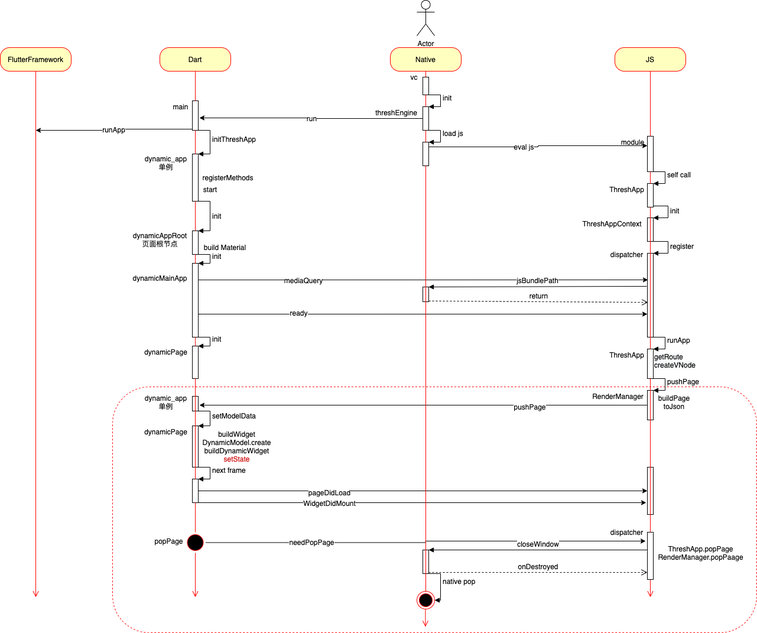
This is flutter/thresh UML.png from JD-Tang/flutter_uml, a draw.io export, as it was before one commit. Source tidied: cells renumbered, new cells last; positions are measured from the earlier drawing's top-left corner, leaving out a move shared by most shapes.
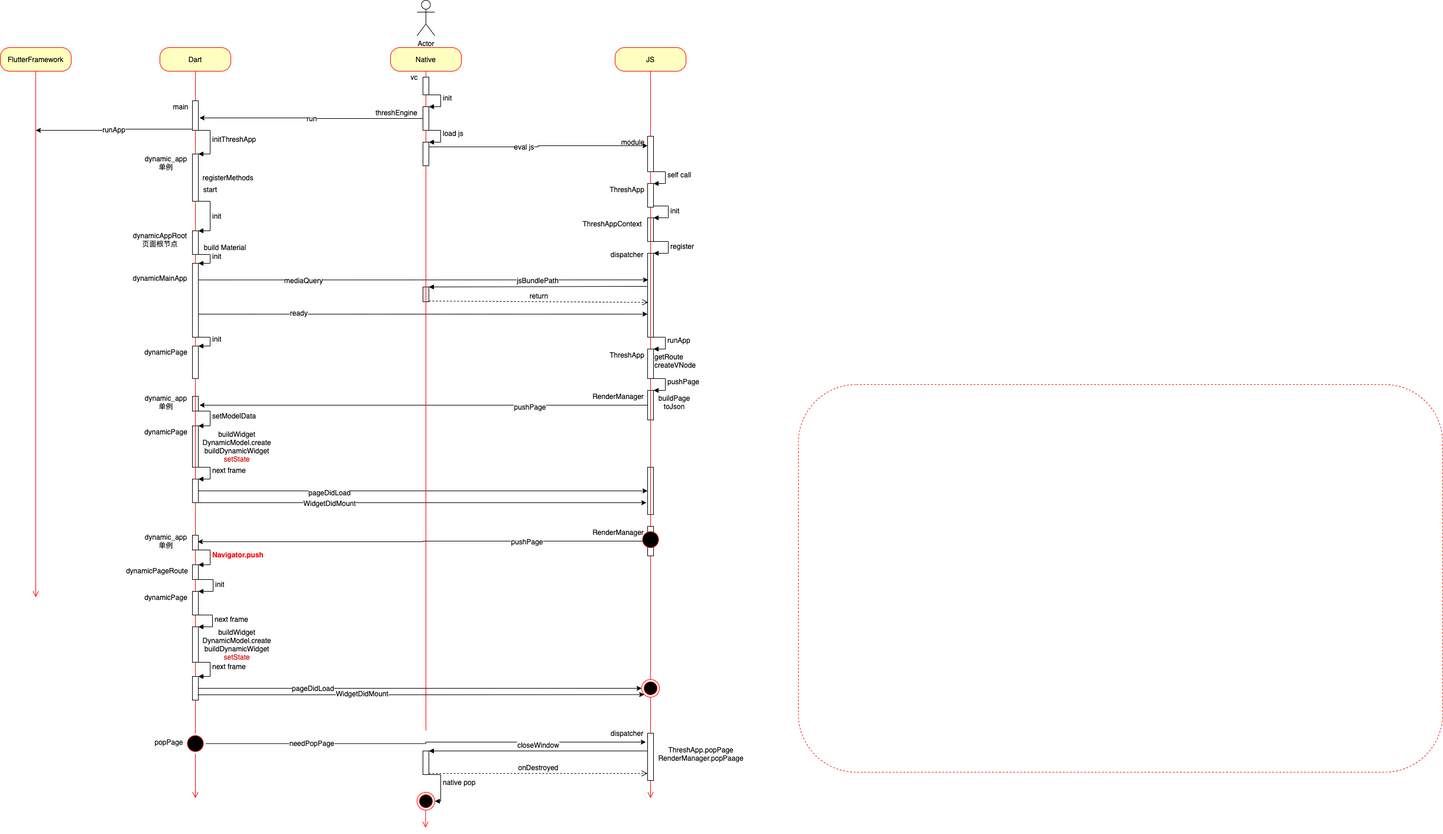
After the change.

Diff of the diagram source:
```diff
@@ -3,15 +3,15 @@
     <mxCell id="0" />
     <mxCell id="1" parent="0" />
     <mxCell id="2" style="rounded=1;whiteSpace=wrap;html=1;labelBorderColor=none;strokeColor=#FF0000;dashed=1;fillColor=#FFFFFF00;" parent="1" vertex="1">
-      <mxGeometry x="190" y="654" width="1090" height="416" as="geometry" />
+      <mxGeometry x="1350" y="650" width="1090" height="656" as="geometry" />
     </mxCell>
     <mxCell id="3" value="Native" style="rounded=1;whiteSpace=wrap;html=1;arcSize=40;fontColor=#000000;fillColor=#ffffc0;strokeColor=#ff0000;" parent="1" vertex="1">
       <mxGeometry x="660" y="80" width="120" height="40" as="geometry" />
     </mxCell>
     <mxCell id="4" style="edgeStyle=orthogonalEdgeStyle;html=1;verticalAlign=bottom;endArrow=open;endSize=8;strokeColor=#ff0000;startArrow=none;" parent="1" edge="1">
       <mxGeometry relative="1" as="geometry">
-        <mxPoint x="719.4" y="1030" as="sourcePoint" />
-        <mxPoint x="719.4" y="1060" as="targetPoint" />
+        <mxPoint x="719.4" y="1370" as="sourcePoint" />
+        <mxPoint x="719.4" y="1400" as="targetPoint" />
       </mxGeometry>
     </mxCell>
     <mxCell id="5" style="html=1;points=[];perimeter=orthogonalPerimeter;" parent="1" vertex="1">
@@ -25,7 +25,7 @@
     </mxCell>
     <mxCell id="8" style="edgeStyle=orthogonalEdgeStyle;html=1;verticalAlign=bottom;endArrow=open;endSize=8;strokeColor=#ff0000;startArrow=none;" parent="1" edge="1" source="105">
       <mxGeometry relative="1" as="geometry">
-        <mxPoint x="330" y="1010" as="targetPoint" />
+        <mxPoint x="330" y="1350" as="targetPoint" />
       </mxGeometry>
     </mxCell>
     <mxCell id="9" value="JS" style="rounded=1;whiteSpace=wrap;html=1;arcSize=40;fontColor=#000000;fillColor=#ffffc0;strokeColor=#ff0000;" parent="1" vertex="1">
@@ -33,7 +33,7 @@
     </mxCell>
     <mxCell id="10" style="edgeStyle=orthogonalEdgeStyle;html=1;verticalAlign=bottom;endArrow=open;endSize=8;strokeColor=#ff0000;startArrow=none;" parent="1" edge="1" source="96">
       <mxGeometry relative="1" as="geometry">
-        <mxPoint x="1100" y="1010" as="targetPoint" />
+        <mxPoint x="1100" y="1350" as="targetPoint" />
       </mxGeometry>
     </mxCell>
     <mxCell id="11" value="Actor" style="shape=umlActor;verticalLabelPosition=bottom;verticalAlign=top;html=1;" parent="1" vertex="1">
@@ -372,26 +372,26 @@
     </mxCell>
     <mxCell id="94" style="edgeStyle=orthogonalEdgeStyle;rounded=0;jettySize=auto;html=1;exitX=1;exitY=0.5;exitDx=0;exitDy=0;" parent="1" edge="1" source="105">
       <mxGeometry relative="1" as="geometry">
-        <mxPoint x="1092" y="915" as="targetPoint" />
+        <mxPoint x="1092" y="1255" as="targetPoint" />
       </mxGeometry>
     </mxCell>
     <mxCell id="95" value="needPopPage" style="edgeLabel;html=1;align=center;verticalAlign=middle;" parent="94" vertex="1">
       <mxGeometry x="-0.52" y="1" relative="1" as="geometry" />
     </mxCell>
     <mxCell id="96" style="html=1;points=[];perimeter=orthogonalPerimeter;" parent="1" vertex="1">
-      <mxGeometry x="1095" y="900" width="10" height="80" as="geometry" />
+      <mxGeometry x="1095" y="1240" width="10" height="80" as="geometry" />
     </mxCell>
-    <mxCell id="97" style="edgeStyle=orthogonalEdgeStyle;html=1;verticalAlign=bottom;endArrow=none;endSize=8;strokeColor=#ff0000;startArrow=none;" parent="1" edge="1" source="69" target="96">
+    <mxCell id="97" style="edgeStyle=orthogonalEdgeStyle;html=1;verticalAlign=bottom;endArrow=none;endSize=8;strokeColor=#ff0000;startArrow=none;" parent="1" edge="1" source="134" target="96">
       <mxGeometry relative="1" as="geometry" />
     </mxCell>
     <mxCell id="98" value="ThreshApp.popPage&lt;br&gt;RenderManager.popPaage&lt;br&gt;" style="text;html=1;align=center;verticalAlign=middle;strokeColor=none;" parent="1" vertex="1">
-      <mxGeometry x="1105" y="920" width="160" height="30" as="geometry" />
+      <mxGeometry x="1105" y="1260" width="160" height="30" as="geometry" />
     </mxCell>
     <mxCell id="99" value="dispatcher" style="text;html=1;align=center;verticalAlign=middle;strokeColor=none;" parent="1" vertex="1">
-      <mxGeometry x="1025" y="890" width="70" height="20" as="geometry" />
+      <mxGeometry x="1025" y="1230" width="70" height="20" as="geometry" />
     </mxCell>
     <mxCell id="100" style="html=1;points=[];perimeter=orthogonalPerimeter;" parent="1" vertex="1">
-      <mxGeometry x="715" y="930" width="10" height="40" as="geometry" />
+      <mxGeometry x="715" y="1270" width="10" height="40" as="geometry" />
     </mxCell>
     <mxCell id="101" value="closeWindow" style="html=1;verticalAlign=bottom;endArrow=block;entryX=1;entryY=0;" parent="1" edge="1" source="96" target="100">
       <mxGeometry relative="1" as="geometry" />
@@ -401,29 +401,33 @@
     </mxCell>
     <mxCell id="103" value="native pop" style="edgeStyle=orthogonalEdgeStyle;html=1;align=left;spacingLeft=2;endArrow=block;rounded=0;entryX=1;entryY=0.5;entryDx=0;entryDy=0;" parent="1" edge="1" target="108">
       <mxGeometry relative="1" as="geometry">
-        <mxPoint x="715" y="970" as="sourcePoint" />
+        <mxPoint x="715" y="1310" as="sourcePoint" />
         <Array as="points">
-          <mxPoint x="745" y="970" />
-          <mxPoint x="745" y="1015" />
+          <mxPoint x="745" y="1310" />
+          <mxPoint x="745" y="1355" />
         </Array>
       </mxGeometry>
     </mxCell>
     <mxCell id="104" style="edgeStyle=orthogonalEdgeStyle;html=1;verticalAlign=bottom;endArrow=none;endSize=8;strokeColor=#ff0000;startArrow=none;" parent="1" edge="1" source="50">
       <mxGeometry relative="1" as="geometry">
         <mxPoint x="720" y="1000" as="targetPoint" />
+        <Array as="points">
+          <mxPoint x="720" y="1240" />
+          <mxPoint x="720" y="1240" />
+        </Array>
       </mxGeometry>
     </mxCell>
     <mxCell id="105" style="ellipse;html=1;shape=startState;fillColor=#000000;strokeColor=#ff0000;" parent="1" vertex="1">
-      <mxGeometry x="312.5" y="900" width="35" height="35" as="geometry" />
+      <mxGeometry x="312.5" y="1240" width="35" height="35" as="geometry" />
     </mxCell>
     <mxCell id="106" style="edgeStyle=orthogonalEdgeStyle;html=1;verticalAlign=bottom;endArrow=none;endSize=8;strokeColor=#ff0000;startArrow=none;" parent="1" edge="1" source="89" target="105">
       <mxGeometry relative="1" as="geometry" />
     </mxCell>
     <mxCell id="107" value="popPage" style="text;html=1;align=center;verticalAlign=middle;strokeColor=none;" parent="1" vertex="1">
-      <mxGeometry x="255" y="905" width="60" height="20" as="geometry" />
+      <mxGeometry x="255" y="1245" width="60" height="20" as="geometry" />
     </mxCell>
     <mxCell id="108" style="ellipse;html=1;shape=endState;fillColor=#000000;strokeColor=#ff0000;" parent="1" vertex="1">
-      <mxGeometry x="705" y="1000" width="30" height="30" as="geometry" />
+      <mxGeometry x="705" y="1340" width="30" height="30" as="geometry" />
     </mxCell>
     <mxCell id="109" value="registerMethods" style="text;html=1;align=center;verticalAlign=middle;strokeColor=none;" parent="1" vertex="1">
       <mxGeometry x="335" y="290" width="100" height="20" as="geometry" />
@@ -434,5 +438,109 @@
     <mxCell id="111" value="build Material" style="text;html=1;align=center;verticalAlign=middle;strokeColor=none;" parent="1" vertex="1">
       <mxGeometry x="335" y="408" width="90" height="20" as="geometry" />
     </mxCell>
+    <mxCell id="112" style="edgeStyle=orthogonalEdgeStyle;rounded=0;jettySize=auto;html=1;entryX=0.9;entryY=0.44;entryDx=0;entryDy=0;entryPerimeter=0;" parent="1" edge="1" source="114" target="118">
+      <mxGeometry relative="1" as="geometry" />
+    </mxCell>
+    <mxCell id="113" value="pushPage" style="edgeLabel;html=1;align=center;verticalAlign=middle;" parent="112" vertex="1">
+      <mxGeometry x="-0.17" y="1" relative="1" as="geometry">
+        <mxPoint x="113" y="-1" as="offset" />
+      </mxGeometry>
+    </mxCell>
+    <mxCell id="114" style="html=1;points=[];perimeter=orthogonalPerimeter;" parent="1" vertex="1">
+      <mxGeometry x="1095" y="890" width="10" height="50" as="geometry" />
+    </mxCell>
+    <mxCell id="115" style="edgeStyle=orthogonalEdgeStyle;html=1;verticalAlign=bottom;endArrow=none;endSize=8;strokeColor=#ff0000;startArrow=none;" parent="1" edge="1" source="69" target="114">
+      <mxGeometry relative="1" as="geometry" />
+    </mxCell>
+    <mxCell id="116" value="RenderManager" style="text;html=1;align=center;verticalAlign=middle;strokeColor=none;" parent="1" vertex="1">
+      <mxGeometry x="995" y="890" width="100" height="20" as="geometry" />
+    </mxCell>
+    <mxCell id="117" style="edgeStyle=orthogonalEdgeStyle;html=1;verticalAlign=bottom;endArrow=none;endSize=8;strokeColor=#ff0000;startArrow=none;" parent="1" edge="1" source="121">
+      <mxGeometry relative="1" as="geometry">
+        <mxPoint x="330" y="985" as="targetPoint" />
+      </mxGeometry>
+    </mxCell>
+    <mxCell id="118" style="html=1;points=[];perimeter=orthogonalPerimeter;" parent="1" vertex="1">
+      <mxGeometry x="325" y="905" width="10" height="25" as="geometry" />
+    </mxCell>
+    <mxCell id="119" value="dynamic_app&lt;br&gt;单例" style="text;html=1;align=center;verticalAlign=middle;strokeColor=none;" parent="1" vertex="1">
+      <mxGeometry x="235" y="900" width="90" height="30" as="geometry" />
+    </mxCell>
+    <mxCell id="120" value="&lt;b&gt;&lt;font color=&quot;#ff0000&quot;&gt;Navigator.push&lt;/font&gt;&lt;/b&gt;" style="edgeStyle=orthogonalEdgeStyle;html=1;align=left;spacingLeft=2;endArrow=block;rounded=0;entryX=1;entryY=0;" parent="1" edge="1" target="121">
+      <mxGeometry relative="1" as="geometry">
+        <mxPoint x="325" y="930" as="sourcePoint" />
+        <Array as="points">
+          <mxPoint x="355" y="930" />
+        </Array>
+      </mxGeometry>
+    </mxCell>
+    <mxCell id="121" style="html=1;points=[];perimeter=orthogonalPerimeter;" parent="1" vertex="1">
+      <mxGeometry x="325" y="955" width="10" height="25" as="geometry" />
+    </mxCell>
+    <mxCell id="122" value="dynamicPageRoute" style="text;html=1;align=center;verticalAlign=middle;strokeColor=none;" parent="1" vertex="1">
+      <mxGeometry x="205" y="955" width="120" height="20" as="geometry" />
+    </mxCell>
+    <mxCell id="123" style="ellipse;html=1;shape=startState;fillColor=#000000;strokeColor=#ff0000;" parent="1" vertex="1">
+      <mxGeometry x="1082.5" y="895" width="35" height="35" as="geometry" />
+    </mxCell>
+    <mxCell id="124" style="html=1;points=[];perimeter=orthogonalPerimeter;" parent="1" vertex="1">
+      <mxGeometry x="325" y="1000" width="10" height="40" as="geometry" />
+    </mxCell>
+    <mxCell id="125" value="init" style="edgeStyle=orthogonalEdgeStyle;html=1;align=left;spacingLeft=2;endArrow=block;rounded=0;entryX=1;entryY=0;" parent="1" edge="1" target="124">
+      <mxGeometry relative="1" as="geometry">
+        <mxPoint x="330" y="980" as="sourcePoint" />
+        <Array as="points">
+          <mxPoint x="360" y="980" />
+        </Array>
+      </mxGeometry>
+    </mxCell>
+    <mxCell id="126" value="dynamicPage" style="text;html=1;align=center;verticalAlign=middle;strokeColor=none;" parent="1" vertex="1">
+      <mxGeometry x="235" y="1000" width="90" height="20" as="geometry" />
+    </mxCell>
+    <mxCell id="127" style="html=1;points=[];perimeter=orthogonalPerimeter;" parent="1" vertex="1">
+      <mxGeometry x="325" y="1060" width="10" height="60" as="geometry" />
+    </mxCell>
+    <mxCell id="128" value="next frame" style="edgeStyle=orthogonalEdgeStyle;html=1;align=left;spacingLeft=2;endArrow=block;rounded=0;entryX=1;entryY=0;" parent="1" edge="1" target="127">
+      <mxGeometry relative="1" as="geometry">
+        <mxPoint x="329" y="1040" as="sourcePoint" />
+        <Array as="points">
+          <mxPoint x="359" y="1040" />
+        </Array>
+      </mxGeometry>
+    </mxCell>
+    <mxCell id="129" value="buildWidget&lt;br&gt;DynamicModel.create&lt;br&gt;buildDynamicWidget&lt;br&gt;&lt;font color=&quot;#cc0000&quot;&gt;setState&lt;/font&gt;" style="text;html=1;align=center;verticalAlign=middle;strokeColor=none;" parent="1" vertex="1">
+      <mxGeometry x="335" y="1060" width="130" height="60" as="geometry" />
+    </mxCell>
+    <mxCell id="130" style="edgeStyle=orthogonalEdgeStyle;rounded=0;jettySize=auto;html=1;entryX=0;entryY=0.5;entryDx=0;entryDy=0;" parent="1" edge="1" source="132" target="134">
+      <mxGeometry relative="1" as="geometry" />
+    </mxCell>
+    <mxCell id="131" value="pageDidLoad" style="edgeLabel;html=1;align=center;verticalAlign=middle;" parent="130" vertex="1">
+      <mxGeometry x="-0.49" y="1" relative="1" as="geometry" />
+    </mxCell>
+    <mxCell id="132" style="html=1;points=[];perimeter=orthogonalPerimeter;" parent="1" vertex="1">
+      <mxGeometry x="325" y="1144" width="10" height="40" as="geometry" />
+    </mxCell>
+    <mxCell id="133" value="next frame" style="edgeStyle=orthogonalEdgeStyle;html=1;align=left;spacingLeft=2;endArrow=block;rounded=0;entryX=1;entryY=0;" parent="1" edge="1" target="132">
+      <mxGeometry relative="1" as="geometry">
+        <mxPoint x="325" y="1120" as="sourcePoint" />
+        <Array as="points">
+          <mxPoint x="355" y="1120" />
+        </Array>
+      </mxGeometry>
+    </mxCell>
+    <mxCell id="134" style="ellipse;html=1;shape=endState;fillColor=#000000;strokeColor=#ff0000;" parent="1" vertex="1">
+      <mxGeometry x="1085" y="1149" width="30" height="30" as="geometry" />
+    </mxCell>
+    <mxCell id="135" style="edgeStyle=orthogonalEdgeStyle;html=1;verticalAlign=bottom;endArrow=none;endSize=8;strokeColor=#ff0000;startArrow=none;" parent="1" edge="1" source="114" target="134">
+      <mxGeometry relative="1" as="geometry" />
+    </mxCell>
+    <mxCell id="136" style="edgeStyle=orthogonalEdgeStyle;rounded=0;jettySize=auto;html=1;entryX=0;entryY=1;entryDx=0;entryDy=0;exitX=0.9;exitY=0.775;exitDx=0;exitDy=0;exitPerimeter=0;" parent="1" edge="1" source="132" target="134">
+      <mxGeometry relative="1" as="geometry" />
+    </mxCell>
+    <mxCell id="137" value="WidgetDidMount" style="edgeLabel;html=1;align=center;verticalAlign=middle;" parent="136" vertex="1">
+      <mxGeometry x="-0.27" y="2" relative="1" as="geometry">
+        <mxPoint x="-1" as="offset" />
+      </mxGeometry>
+    </mxCell>
   </root>
 </mxGraphModel>
```
